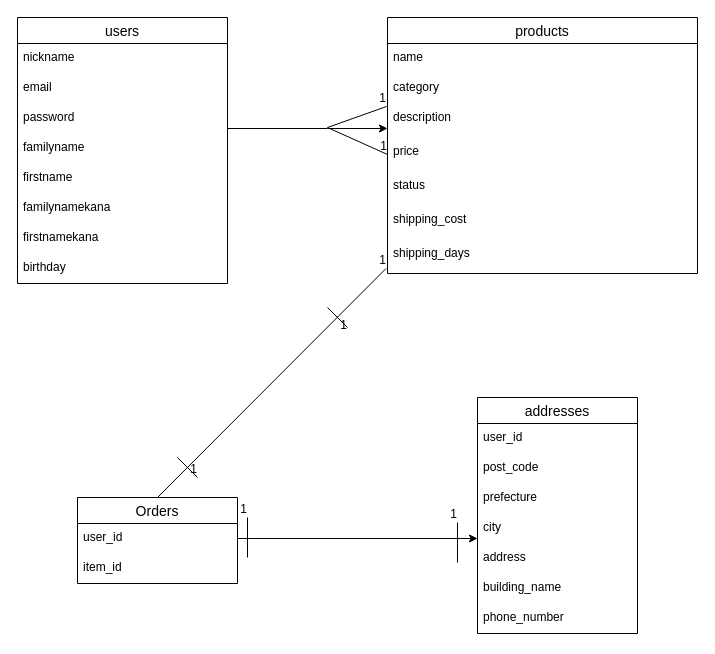
The draw.io diagram furima.dio in ayuin6ix/furima-35576, before the edit. Source tidied: cells renumbered, new cells numbered last; positions are measured from the earlier drawing's top-left corner, leaving out a move shared by most shapes. Both pictures are drawn from the tidied source at 100%, with x=0, y=0 at pixel (17, 17).
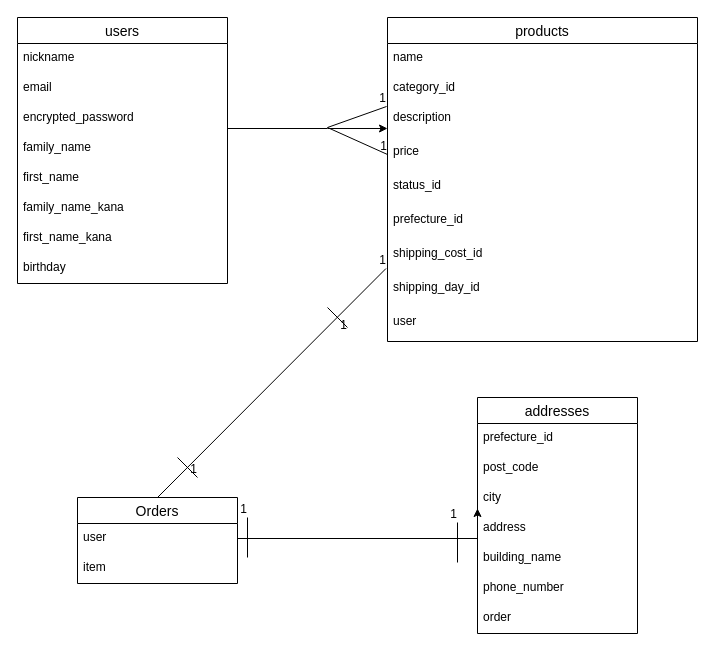
After the change.

The change refers to these unchanged cells:
```xml
<mxCell id="2" value="users" style="swimlane;fontStyle=0;horizontal=1;startSize=26;align=center;fontSize=14;" parent="1" vertex="1">
  <mxGeometry width="210" height="266" as="geometry" />
</mxCell>
<mxCell id="19" value="Orders" style="swimlane;fontStyle=0;horizontal=1;startSize=26;align=center;fontSize=14;" parent="1" vertex="1">
  <mxGeometry x="60" y="480" width="160" height="86" as="geometry" />
</mxCell>
<mxCell id="22" value="addresses" style="swimlane;fontStyle=0;horizontal=1;startSize=26;align=center;fontSize=14;" parent="1" vertex="1">
  <mxGeometry x="460" y="380" width="160" height="236" as="geometry" />
</mxCell>
```

Diff of the diagram source:
```diff
@@
-    <mxCell id="5" value="password" style="text;strokeColor=none;fillColor=none;spacingLeft=4;spacingRight=4;overflow=hidden;fontSize=12;" parent="2" vertex="1">
+    <mxCell id="5" value="encrypted_password" style="text;strokeColor=none;fillColor=none;spacingLeft=4;spacingRight=4;overflow=hidden;fontSize=12;" parent="2" vertex="1">
       <mxGeometry y="86" width="210" height="30" as="geometry" />
     </mxCell>
-    <mxCell id="6" value="familyname" style="text;strokeColor=none;fillColor=none;spacingLeft=4;spacingRight=4;overflow=hidden;fontSize=12;" parent="2" vertex="1">
+    <mxCell id="6" value="family_name" style="text;strokeColor=none;fillColor=none;spacingLeft=4;spacingRight=4;overflow=hidden;fontSize=12;" parent="2" vertex="1">
       <mxGeometry y="116" width="210" height="30" as="geometry" />
     </mxCell>
-    <mxCell id="7" value="firstname" style="text;strokeColor=none;fillColor=none;spacingLeft=4;spacingRight=4;overflow=hidden;fontSize=12;" parent="2" vertex="1">
+    <mxCell id="7" value="first_name" style="text;strokeColor=none;fillColor=none;spacingLeft=4;spacingRight=4;overflow=hidden;fontSize=12;" parent="2" vertex="1">
       <mxGeometry y="146" width="210" height="30" as="geometry" />
     </mxCell>
-    <mxCell id="8" value="familynamekana" style="text;strokeColor=none;fillColor=none;spacingLeft=4;spacingRight=4;overflow=hidden;fontSize=12;" parent="2" vertex="1">
+    <mxCell id="8" value="family_name_kana" style="text;strokeColor=none;fillColor=none;spacingLeft=4;spacingRight=4;overflow=hidden;fontSize=12;" parent="2" vertex="1">
       <mxGeometry y="176" width="210" height="30" as="geometry" />
     </mxCell>
-    <mxCell id="9" value="firstnamekana" style="text;strokeColor=none;fillColor=none;spacingLeft=4;spacingRight=4;overflow=hidden;fontSize=12;" parent="2" vertex="1">
+    <mxCell id="9" value="first_name_kana" style="text;strokeColor=none;fillColor=none;spacingLeft=4;spacingRight=4;overflow=hidden;fontSize=12;" parent="2" vertex="1">
       <mxGeometry y="206" width="210" height="30" as="geometry" />
     </mxCell>
@@
     <mxCell id="11" value="products" style="swimlane;fontStyle=0;horizontal=1;startSize=26;align=center;fontSize=14;" parent="1" vertex="1">
-      <mxGeometry x="370" width="310" height="256" as="geometry" />
+      <mxGeometry x="370" width="310" height="324" as="geometry" />
     </mxCell>
@@
-    <mxCell id="13" value="category" style="text;strokeColor=none;fillColor=none;spacingLeft=4;spacingRight=4;overflow=hidden;fontSize=12;" parent="11" vertex="1">
+    <mxCell id="13" value="category_id" style="text;strokeColor=none;fillColor=none;spacingLeft=4;spacingRight=4;overflow=hidden;fontSize=12;" parent="11" vertex="1">
       <mxGeometry y="56" width="310" height="30" as="geometry" />
     </mxCell>
@@
-    <mxCell id="16" value="status" style="text;strokeColor=none;fillColor=none;spacingLeft=4;spacingRight=4;overflow=hidden;fontSize=12;" parent="11" vertex="1">
+    <mxCell id="16" value="status_id" style="text;strokeColor=none;fillColor=none;spacingLeft=4;spacingRight=4;overflow=hidden;fontSize=12;" parent="11" vertex="1">
       <mxGeometry y="154" width="310" height="34" as="geometry" />
     </mxCell>
-    <mxCell id="17" value="shipping_cost" style="text;strokeColor=none;fillColor=none;spacingLeft=4;spacingRight=4;overflow=hidden;fontSize=12;" parent="11" vertex="1">
+    <mxCell id="17" value="prefecture_id" style="text;strokeColor=none;fillColor=none;spacingLeft=4;spacingRight=4;overflow=hidden;fontSize=12;" parent="11" vertex="1">
       <mxGeometry y="188" width="310" height="34" as="geometry" />
     </mxCell>
+    <mxCell id="46" value="shipping_cost_id" style="text;strokeColor=none;fillColor=none;spacingLeft=4;spacingRight=4;overflow=hidden;fontSize=12;" parent="11" vertex="1">
+      <mxGeometry y="222" width="310" height="34" as="geometry" />
+    </mxCell>
-    <mxCell id="18" value="shipping_days" style="text;strokeColor=none;fillColor=none;spacingLeft=4;spacingRight=4;overflow=hidden;fontSize=12;" parent="11" vertex="1">
-      <mxGeometry y="222" width="310" height="34" as="geometry" />
+    <mxCell id="18" value="shipping_day_id" style="text;strokeColor=none;fillColor=none;spacingLeft=4;spacingRight=4;overflow=hidden;fontSize=12;" parent="11" vertex="1">
+      <mxGeometry y="256" width="310" height="34" as="geometry" />
     </mxCell>
+    <mxCell id="47" value="user" style="text;strokeColor=none;fillColor=none;spacingLeft=4;spacingRight=4;overflow=hidden;fontSize=12;" parent="11" vertex="1">
+      <mxGeometry y="290" width="310" height="34" as="geometry" />
+    </mxCell>
@@
-    <mxCell id="20" value="user_id" style="text;strokeColor=none;fillColor=none;spacingLeft=4;spacingRight=4;overflow=hidden;fontSize=12;" parent="19" vertex="1">
+    <mxCell id="20" value="user" style="text;strokeColor=none;fillColor=none;spacingLeft=4;spacingRight=4;overflow=hidden;fontSize=12;" parent="19" vertex="1">
       <mxGeometry y="26" width="160" height="30" as="geometry" />
     </mxCell>
-    <mxCell id="21" value="item_id" style="text;strokeColor=none;fillColor=none;spacingLeft=4;spacingRight=4;overflow=hidden;points=[[0,0.5],[1,0.5]];portConstraint=eastwest;fontSize=12;" parent="19" vertex="1">
+    <mxCell id="21" value="item" style="text;strokeColor=none;fillColor=none;spacingLeft=4;spacingRight=4;overflow=hidden;points=[[0,0.5],[1,0.5]];portConstraint=eastwest;fontSize=12;" parent="19" vertex="1">
       <mxGeometry y="56" width="160" height="30" as="geometry" />
     </mxCell>
@@
-    <mxCell id="23" value="user_id" style="text;strokeColor=none;fillColor=none;spacingLeft=4;spacingRight=4;overflow=hidden;fontSize=12;" parent="22" vertex="1">
+    <mxCell id="23" value="prefecture_id" style="text;strokeColor=none;fillColor=none;spacingLeft=4;spacingRight=4;overflow=hidden;fontSize=12;" parent="22" vertex="1">
       <mxGeometry y="26" width="160" height="30" as="geometry" />
     </mxCell>
@@
-    <mxCell id="25" value="prefecture" style="text;strokeColor=none;fillColor=none;spacingLeft=4;spacingRight=4;overflow=hidden;fontSize=12;" parent="22" vertex="1">
-      <mxGeometry y="86" width="160" height="30" as="geometry" />
-    </mxCell>
     <mxCell id="26" value="city" style="text;strokeColor=none;fillColor=none;spacingLeft=4;spacingRight=4;overflow=hidden;points=[[0,0.5],[1,0.5]];portConstraint=eastwest;fontSize=12;" parent="22" vertex="1">
-      <mxGeometry y="116" width="160" height="30" as="geometry" />
+      <mxGeometry y="86" width="160" height="30" as="geometry" />
     </mxCell>
     <mxCell id="27" value="address" style="text;strokeColor=none;fillColor=none;spacingLeft=4;spacingRight=4;overflow=hidden;fontSize=12;" parent="22" vertex="1">
-      <mxGeometry y="146" width="160" height="30" as="geometry" />
+      <mxGeometry y="116" width="160" height="30" as="geometry" />
     </mxCell>
     <mxCell id="28" value="building_name" style="text;strokeColor=none;fillColor=none;spacingLeft=4;spacingRight=4;overflow=hidden;fontSize=12;" parent="22" vertex="1">
-      <mxGeometry y="176" width="160" height="30" as="geometry" />
+      <mxGeometry y="146" width="160" height="30" as="geometry" />
     </mxCell>
     <mxCell id="29" value="phone_number" style="text;strokeColor=none;fillColor=none;spacingLeft=4;spacingRight=4;overflow=hidden;fontSize=12;" parent="22" vertex="1">
-      <mxGeometry y="206" width="160" height="30" as="geometry" />
+      <mxGeometry y="176" width="160" height="30" as="geometry" />
     </mxCell>
+    <mxCell id="48" value="order" style="text;strokeColor=none;fillColor=none;spacingLeft=4;spacingRight=4;overflow=hidden;fontSize=12;" parent="22" vertex="1">
+      <mxGeometry y="206" width="160" height="30" as="geometry" />
+    </mxCell>
```
